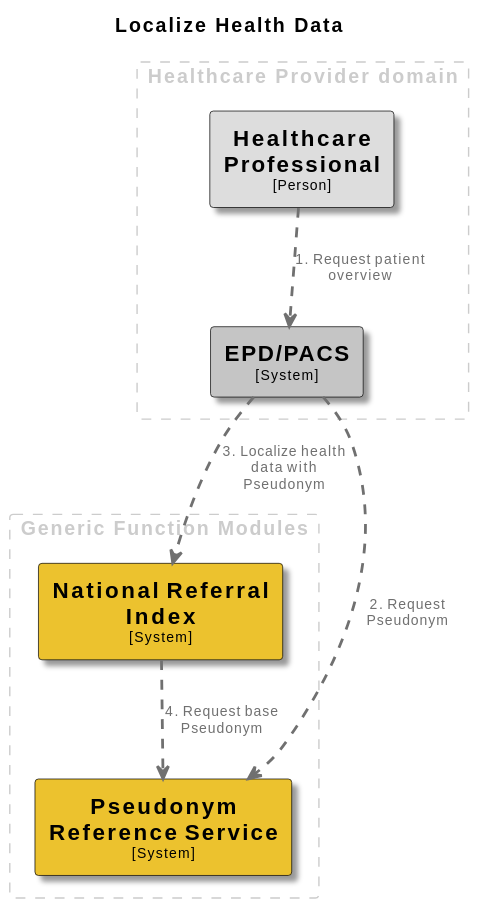
The PlantUML diagram docs/images/structurizr-LocalizeHealthData.svg in minvws/gfmodules-coordination, before a commit.
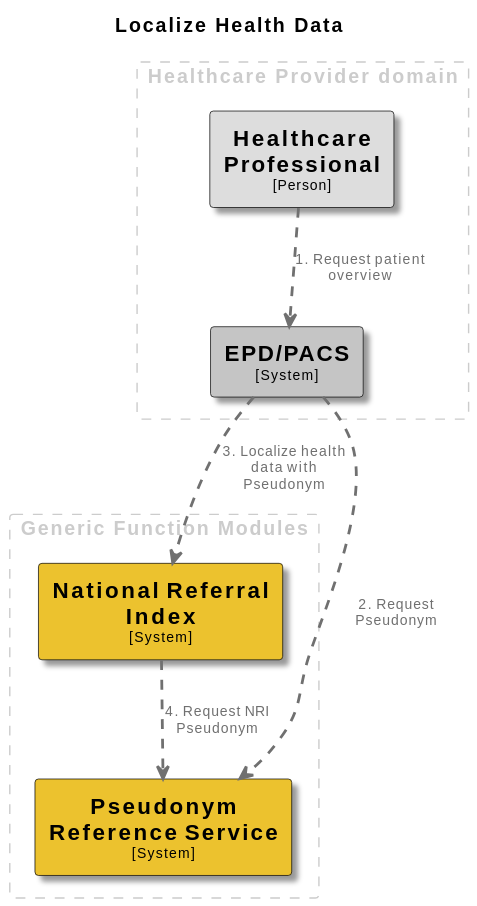
After the commit.

Change to the diagram source:
```diff
@@ -59,5 +59,5 @@
 HealthcareProfessional .[#707070,thickness=2].> EPDPACS : "<color:#707070>1. Request patient overview"
 EPDPACS .[#707070,thickness=2].> PseudonymReferenceService : "<color:#707070>2. Request Pseudonym"
 EPDPACS .[#707070,thickness=2].> NationalReferralIndex : "<color:#707070>3. Localize health data with Pseudonym"
-NationalReferralIndex .[#707070,thickness=2].> PseudonymReferenceService : "<color:#707070>4. Request base Pseudonym"
+NationalReferralIndex .[#707070,thickness=2].> PseudonymReferenceService : "<color:#707070>4. Request NRI Pseudonym"
 @enduml
```
